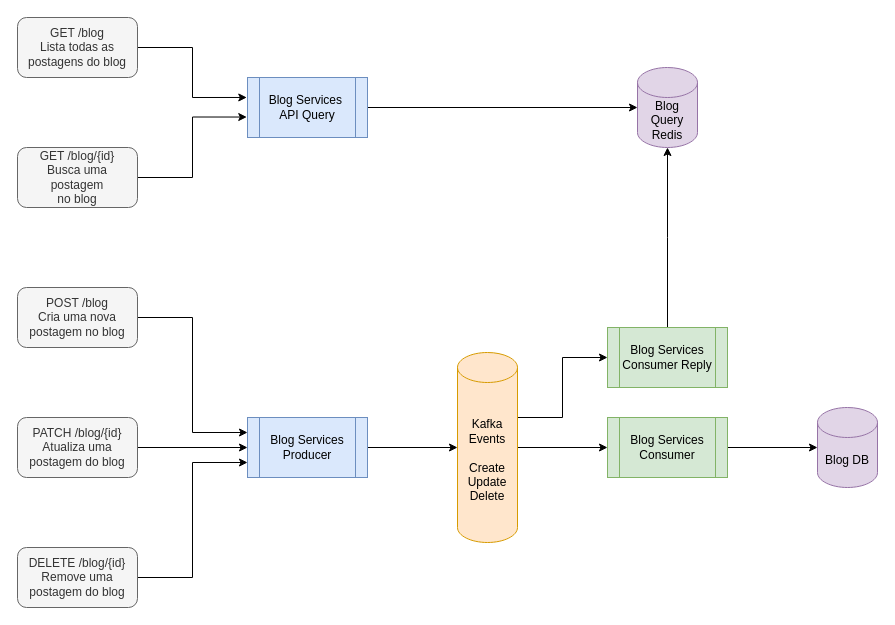
The draw.io diagram docs/diagrams/Blog-Kafka.drawio in lbs-rodrigo/apply-nestjs, before the edit. Source tidied: cells renumbered, new cells numbered last; positions are measured from the earlier drawing's top-left corner, leaving out a move shared by most shapes. Both pictures are drawn from the tidied source at 100%, with x=0, y=0 at pixel (17, 17).
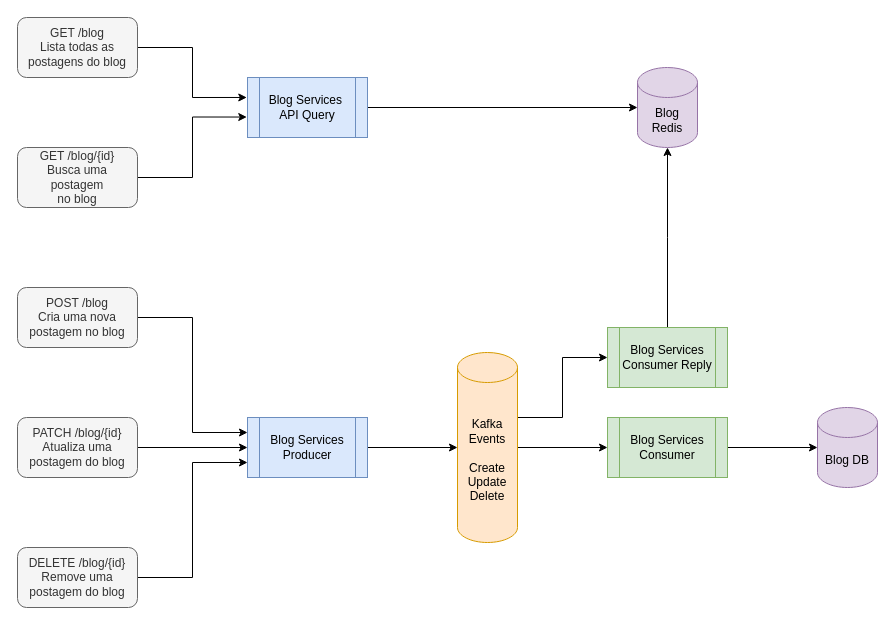
After the change.

Change to the diagram source:
```diff
@@
-    <mxCell id="20" value="Blog Query Redis" style="shape=cylinder3;whiteSpace=wrap;html=1;boundedLbl=1;backgroundOutline=1;size=15;fillColor=#e1d5e7;strokeColor=#9673a6;" parent="1" vertex="1">
+    <mxCell id="20" value="Blog Redis" style="shape=cylinder3;whiteSpace=wrap;html=1;boundedLbl=1;backgroundOutline=1;size=15;fillColor=#e1d5e7;strokeColor=#9673a6;" parent="1" vertex="1">
       <mxGeometry x="620" y="50" width="60" height="80" as="geometry" />
     </mxCell>
```
